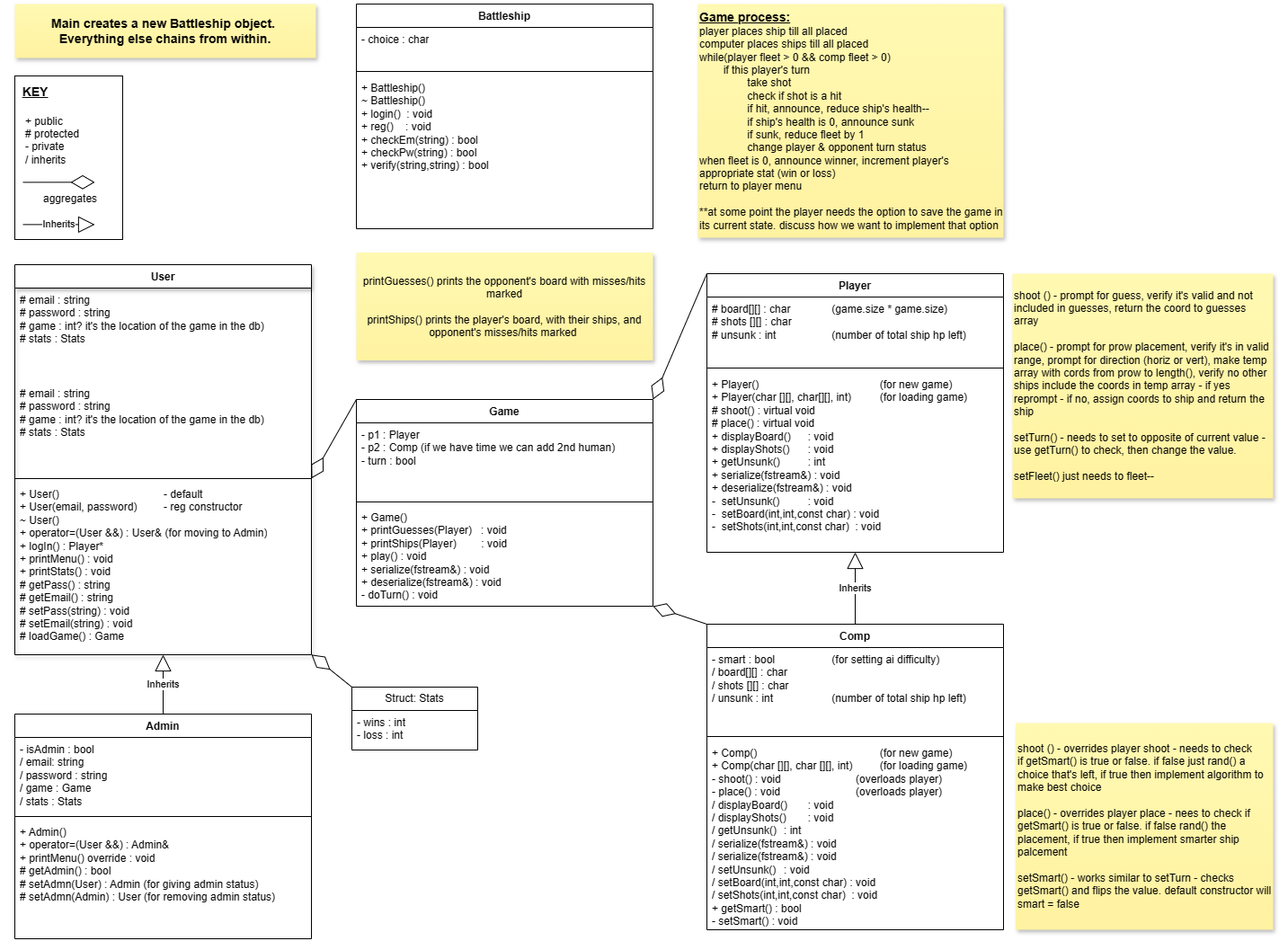
The draw.io diagram BattleshipClasses.drawio.png in StephaniePeacock/Battleship, before a commit. Source tidied: cells renumbered, new cells last; positions are measured from the earlier drawing's top-left corner, leaving out a move shared by most shapes.
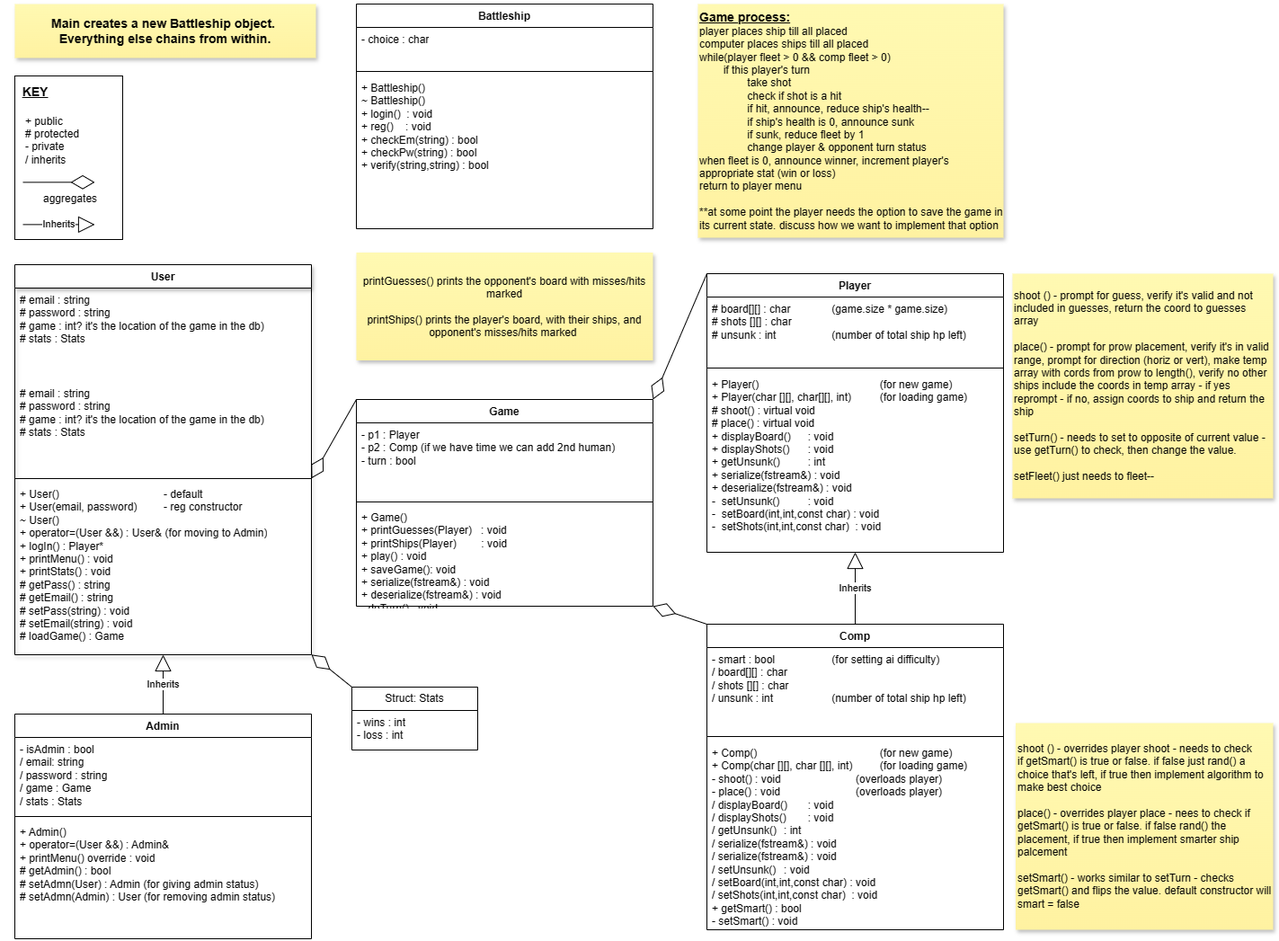
Above is the later version.

Change to the diagram source:
```diff
@@ -50,7 +50,7 @@
     <mxCell id="17" style="line;strokeWidth=1;fillColor=none;align=left;verticalAlign=middle;spacingTop=-1;spacingLeft=3;spacingRight=3;labelPosition=right;strokeColor=inherit;" parent="15" vertex="1">
       <mxGeometry y="110" width="330" height="8" as="geometry" />
     </mxCell>
-    <mxCell id="18" value="+ Game()&lt;br&gt;+ printGuesses(Player)&amp;nbsp; &amp;nbsp;: void&lt;div&gt;+ printShips(Player)&lt;span style=&quot;white-space: pre;&quot;&gt;&#9;&lt;/span&gt;: void&lt;/div&gt;&lt;div&gt;+ play() : void&lt;/div&gt;&lt;div&gt;&lt;div&gt;+ serialize(fstream&amp;amp;) : void&lt;/div&gt;&lt;div&gt;+ deserialize(fstream&amp;amp;) : void&lt;/div&gt;&lt;/div&gt;&lt;div&gt;- doTurn() : void&lt;/div&gt;&lt;div&gt;&lt;br&gt;&lt;/div&gt;" style="text;strokeColor=none;fillColor=none;align=left;verticalAlign=top;spacingLeft=4;spacingRight=4;overflow=hidden;points=[[0,0.5],[1,0.5]];portConstraint=eastwest;whiteSpace=wrap;html=1;" parent="15" vertex="1">
+    <mxCell id="18" value="+ Game()&lt;br&gt;+ printGuesses(Player)&amp;nbsp; &amp;nbsp;: void&lt;div&gt;+ printShips(Player)&lt;span style=&quot;white-space: pre;&quot;&gt;&#9;&lt;/span&gt;: void&lt;/div&gt;&lt;div&gt;+ play() : void&lt;/div&gt;&lt;div&gt;+ saveGame(): void&lt;/div&gt;&lt;div&gt;&lt;div&gt;+ serialize(fstream&amp;amp;) : void&lt;/div&gt;&lt;div&gt;+ deserialize(fstream&amp;amp;) : void&lt;/div&gt;&lt;/div&gt;&lt;div&gt;- doTurn() : void&lt;/div&gt;&lt;div&gt;&lt;br&gt;&lt;/div&gt;" style="text;strokeColor=none;fillColor=none;align=left;verticalAlign=top;spacingLeft=4;spacingRight=4;overflow=hidden;points=[[0,0.5],[1,0.5]];portConstraint=eastwest;whiteSpace=wrap;html=1;" parent="15" vertex="1">
       <mxGeometry y="118" width="330" height="112" as="geometry" />
     </mxCell>
     <mxCell id="19" value="shoot () - prompt for guess, verify it's valid and not included in guesses, return the coord to guesses array&lt;div&gt;&lt;br&gt;&lt;/div&gt;&lt;div&gt;place() - prompt for prow placement, verify it's in valid range, prompt for direction (horiz or vert), make temp array with cords from prow to length(), verify no other ships include the coords in temp array - if yes reprompt - if no, assign coords to ship and return the ship&lt;/div&gt;&lt;div&gt;&lt;br&gt;&lt;/div&gt;&lt;div&gt;setTurn() - needs to set to opposite of current value - use getTurn() to check, then change the value.&lt;/div&gt;&lt;div&gt;&lt;br&gt;&lt;/div&gt;&lt;div&gt;setFleet() just needs to fleet--&amp;nbsp;&lt;/div&gt;" style="shape=note;whiteSpace=wrap;html=1;backgroundOutline=1;fontColor=#000000;darkOpacity=0.05;fillColor=#FFF9B2;strokeColor=none;fillStyle=solid;direction=west;gradientDirection=north;gradientColor=#FFF2A1;shadow=1;size=0;align=left;" parent="1" vertex="1">
```
